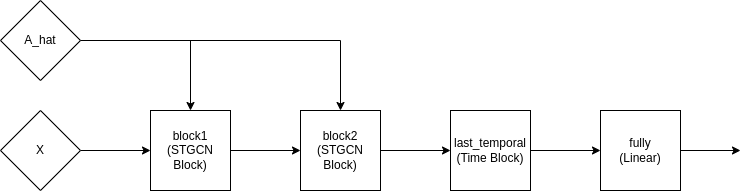
This is diagrams/stgcn.png from oscarcrowley1/thesis, a draw.io export, as it was before one commit. Source tidied: cells renumbered, new cells last; positions are measured from the earlier drawing's top-left corner, leaving out a move shared by most shapes. Source of this version:
```xml
<mxGraphModel>
  <root>
    <mxCell id="0" />
    <mxCell id="1" parent="0" />
    <mxCell id="2" style="edgeStyle=orthogonalEdgeStyle;rounded=0;jettySize=auto;html=1;exitX=1;exitY=0.5;exitDx=0;exitDy=0;entryX=0;entryY=0.5;entryDx=0;entryDy=0;" parent="1" edge="1" source="3" target="7">
      <mxGeometry relative="1" as="geometry" />
    </mxCell>
    <mxCell id="3" value="block1&lt;br&gt;(STGCN Block)" style="whiteSpace=wrap;html=1;" parent="1" vertex="1">
      <mxGeometry x="150" y="110" width="80" height="80" as="geometry" />
    </mxCell>
    <mxCell id="4" style="edgeStyle=orthogonalEdgeStyle;rounded=0;jettySize=auto;html=1;exitX=1;exitY=0.5;exitDx=0;exitDy=0;entryX=0;entryY=0.5;entryDx=0;entryDy=0;" parent="1" edge="1" source="5" target="9">
      <mxGeometry relative="1" as="geometry" />
    </mxCell>
    <mxCell id="5" value="last_temporal&lt;br&gt;(Time Block)" style="whiteSpace=wrap;html=1;" parent="1" vertex="1">
      <mxGeometry x="450" y="110" width="80" height="80" as="geometry" />
    </mxCell>
    <mxCell id="6" style="edgeStyle=orthogonalEdgeStyle;rounded=0;jettySize=auto;html=1;exitX=1;exitY=0.5;exitDx=0;exitDy=0;entryX=0;entryY=0.5;entryDx=0;entryDy=0;" parent="1" edge="1" source="7" target="5">
      <mxGeometry relative="1" as="geometry" />
    </mxCell>
    <mxCell id="7" value="block2&lt;br&gt;(STGCN Block)" style="whiteSpace=wrap;html=1;" parent="1" vertex="1">
      <mxGeometry x="300" y="110" width="80" height="80" as="geometry" />
    </mxCell>
    <mxCell id="8" style="edgeStyle=orthogonalEdgeStyle;rounded=0;jettySize=auto;html=1;exitX=1;exitY=0.5;exitDx=0;exitDy=0;" parent="1" edge="1" source="9">
      <mxGeometry relative="1" as="geometry">
        <mxPoint x="740" y="150" as="targetPoint" />
      </mxGeometry>
    </mxCell>
    <mxCell id="9" value="fully&lt;br&gt;(Linear)" style="whiteSpace=wrap;html=1;" parent="1" vertex="1">
      <mxGeometry x="600" y="110" width="80" height="80" as="geometry" />
    </mxCell>
    <mxCell id="10" style="edgeStyle=orthogonalEdgeStyle;rounded=0;jettySize=auto;html=1;exitX=1;exitY=0.5;exitDx=0;exitDy=0;entryX=0.5;entryY=0;entryDx=0;entryDy=0;" parent="1" edge="1" source="12" target="3">
      <mxGeometry relative="1" as="geometry" />
    </mxCell>
    <mxCell id="11" style="edgeStyle=orthogonalEdgeStyle;rounded=0;jettySize=auto;html=1;exitX=1;exitY=0.5;exitDx=0;exitDy=0;entryX=0.5;entryY=0;entryDx=0;entryDy=0;" parent="1" edge="1" source="12" target="7">
      <mxGeometry relative="1" as="geometry" />
    </mxCell>
    <mxCell id="12" value="A_hat" style="rhombus;whiteSpace=wrap;html=1;" parent="1" vertex="1">
      <mxGeometry width="80" height="80" as="geometry" />
    </mxCell>
    <mxCell id="13" style="edgeStyle=orthogonalEdgeStyle;rounded=0;jettySize=auto;html=1;exitX=1;exitY=0.5;exitDx=0;exitDy=0;entryX=0;entryY=0.5;entryDx=0;entryDy=0;" parent="1" edge="1" source="14" target="3">
      <mxGeometry relative="1" as="geometry" />
    </mxCell>
    <mxCell id="14" value="X" style="rhombus;whiteSpace=wrap;html=1;" parent="1" vertex="1">
      <mxGeometry y="110" width="80" height="80" as="geometry" />
    </mxCell>
  </root>
</mxGraphModel>
```
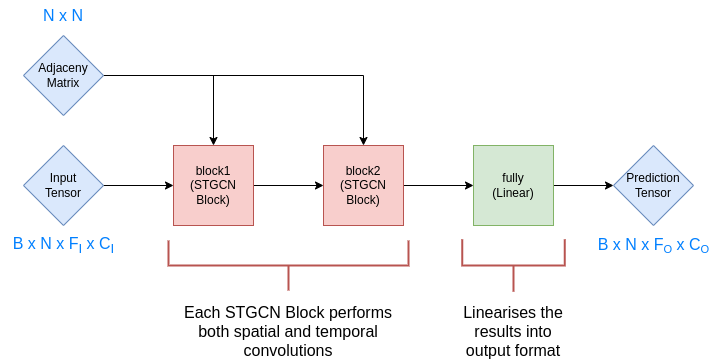
After the change.

What changed in the source:
```diff
@@ -5,28 +5,24 @@
     <mxCell id="2" style="edgeStyle=orthogonalEdgeStyle;rounded=0;jettySize=auto;html=1;exitX=1;exitY=0.5;exitDx=0;exitDy=0;entryX=0;entryY=0.5;entryDx=0;entryDy=0;" parent="1" edge="1" source="3" target="7">
       <mxGeometry relative="1" as="geometry" />
     </mxCell>
-    <mxCell id="3" value="block1&lt;br&gt;(STGCN Block)" style="whiteSpace=wrap;html=1;" parent="1" vertex="1">
+    <mxCell id="3" value="block1&lt;br&gt;(STGCN Block)" style="whiteSpace=wrap;html=1;fillColor=#f8cecc;strokeColor=#b85450;" parent="1" vertex="1">
       <mxGeometry x="150" y="110" width="80" height="80" as="geometry" />
     </mxCell>
-    <mxCell id="4" style="edgeStyle=orthogonalEdgeStyle;rounded=0;jettySize=auto;html=1;exitX=1;exitY=0.5;exitDx=0;exitDy=0;entryX=0;entryY=0.5;entryDx=0;entryDy=0;" parent="1" edge="1" source="5" target="9">
-      <mxGeometry relative="1" as="geometry" />
-    </mxCell>
-    <mxCell id="5" value="last_temporal&lt;br&gt;(Time Block)" style="whiteSpace=wrap;html=1;" parent="1" vertex="1">
-      <mxGeometry x="450" y="110" width="80" height="80" as="geometry" />
-    </mxCell>
-    <mxCell id="6" style="edgeStyle=orthogonalEdgeStyle;rounded=0;jettySize=auto;html=1;exitX=1;exitY=0.5;exitDx=0;exitDy=0;entryX=0;entryY=0.5;entryDx=0;entryDy=0;" parent="1" edge="1" source="7" target="5">
-      <mxGeometry relative="1" as="geometry" />
+    <mxCell id="6" style="edgeStyle=orthogonalEdgeStyle;rounded=0;jettySize=auto;html=1;exitX=1;exitY=0.5;exitDx=0;exitDy=0;entryX=0;entryY=0.5;entryDx=0;entryDy=0;" parent="1" edge="1" source="7">
+      <mxGeometry relative="1" as="geometry">
+        <mxPoint x="450" y="150" as="targetPoint" />
+      </mxGeometry>
     </mxCell>
-    <mxCell id="7" value="block2&lt;br&gt;(STGCN Block)" style="whiteSpace=wrap;html=1;" parent="1" vertex="1">
+    <mxCell id="7" value="block2&lt;br&gt;(STGCN Block)" style="whiteSpace=wrap;html=1;fillColor=#f8cecc;strokeColor=#b85450;" parent="1" vertex="1">
       <mxGeometry x="300" y="110" width="80" height="80" as="geometry" />
     </mxCell>
     <mxCell id="8" style="edgeStyle=orthogonalEdgeStyle;rounded=0;jettySize=auto;html=1;exitX=1;exitY=0.5;exitDx=0;exitDy=0;" parent="1" edge="1" source="9">
       <mxGeometry relative="1" as="geometry">
-        <mxPoint x="740" y="150" as="targetPoint" />
+        <mxPoint x="590" y="150" as="targetPoint" />
       </mxGeometry>
     </mxCell>
-    <mxCell id="9" value="fully&lt;br&gt;(Linear)" style="whiteSpace=wrap;html=1;" parent="1" vertex="1">
-      <mxGeometry x="600" y="110" width="80" height="80" as="geometry" />
+    <mxCell id="9" value="fully&lt;br&gt;(Linear)" style="whiteSpace=wrap;html=1;fillColor=#d5e8d4;strokeColor=#82b366;" parent="1" vertex="1">
+      <mxGeometry x="450" y="110" width="80" height="80" as="geometry" />
     </mxCell>
     <mxCell id="10" style="edgeStyle=orthogonalEdgeStyle;rounded=0;jettySize=auto;html=1;exitX=1;exitY=0.5;exitDx=0;exitDy=0;entryX=0.5;entryY=0;entryDx=0;entryDy=0;" parent="1" edge="1" source="12" target="3">
       <mxGeometry relative="1" as="geometry" />
@@ -34,14 +30,38 @@
     <mxCell id="11" style="edgeStyle=orthogonalEdgeStyle;rounded=0;jettySize=auto;html=1;exitX=1;exitY=0.5;exitDx=0;exitDy=0;entryX=0.5;entryY=0;entryDx=0;entryDy=0;" parent="1" edge="1" source="12" target="7">
       <mxGeometry relative="1" as="geometry" />
     </mxCell>
-    <mxCell id="12" value="A_hat" style="rhombus;whiteSpace=wrap;html=1;" parent="1" vertex="1">
+    <mxCell id="12" value="Adjaceny&lt;br&gt;Matrix" style="rhombus;whiteSpace=wrap;html=1;fillColor=#dae8fc;strokeColor=#6c8ebf;" parent="1" vertex="1">
       <mxGeometry width="80" height="80" as="geometry" />
     </mxCell>
     <mxCell id="13" style="edgeStyle=orthogonalEdgeStyle;rounded=0;jettySize=auto;html=1;exitX=1;exitY=0.5;exitDx=0;exitDy=0;entryX=0;entryY=0.5;entryDx=0;entryDy=0;" parent="1" edge="1" source="14" target="3">
       <mxGeometry relative="1" as="geometry" />
     </mxCell>
-    <mxCell id="14" value="X" style="rhombus;whiteSpace=wrap;html=1;" parent="1" vertex="1">
+    <mxCell id="14" value="Input&lt;br&gt;Tensor" style="rhombus;whiteSpace=wrap;html=1;fillColor=#dae8fc;strokeColor=#6c8ebf;" parent="1" vertex="1">
       <mxGeometry y="110" width="80" height="80" as="geometry" />
     </mxCell>
+    <mxCell id="15" value="Prediction&lt;br&gt;Tensor" style="rhombus;whiteSpace=wrap;html=1;fillColor=#dae8fc;strokeColor=#6c8ebf;" parent="1" vertex="1">
+      <mxGeometry x="590" y="110" width="80" height="80" as="geometry" />
+    </mxCell>
+    <mxCell id="16" style="strokeWidth=2;html=1;shape=mxgraph.flowchart.annotation_2;align=left;labelPosition=right;rotation=-90;fillColor=#f8cecc;strokeColor=#b85450;" parent="1" vertex="1">
+      <mxGeometry x="240" y="110" width="50" height="240" as="geometry" />
+    </mxCell>
+    <mxCell id="17" value="&lt;font style=&quot;font-size: 16px&quot;&gt;Each STGCN Block performs both spatial and temporal convolutions&lt;/font&gt;" style="text;html=1;strokeColor=none;fillColor=none;align=center;verticalAlign=middle;whiteSpace=wrap;rounded=0;" parent="1" vertex="1">
+      <mxGeometry x="145" y="281.2" width="240" height="30" as="geometry" />
+    </mxCell>
+    <mxCell id="18" style="strokeWidth=2;html=1;shape=mxgraph.flowchart.annotation_2;align=left;labelPosition=right;rotation=-90;fillColor=#f8cecc;strokeColor=#b85450;" parent="1" vertex="1">
+      <mxGeometry x="463.8" y="178.8" width="52.5" height="102.5" as="geometry" />
+    </mxCell>
+    <mxCell id="19" value="&lt;font style=&quot;font-size: 16px&quot;&gt;Linearises the results into output format&lt;/font&gt;" style="text;html=1;strokeColor=none;fillColor=none;align=center;verticalAlign=middle;whiteSpace=wrap;rounded=0;" parent="1" vertex="1">
+      <mxGeometry x="430" y="281.2" width="120" height="30" as="geometry" />
+    </mxCell>
+    <mxCell id="20" value="&lt;font color=&quot;#007fff&quot;&gt;N x N&lt;br&gt;&lt;/font&gt;" style="text;html=1;strokeColor=none;fillColor=none;align=center;verticalAlign=middle;whiteSpace=wrap;rounded=0;fontSize=16;" parent="1" vertex="1">
+      <mxGeometry x="10" y="-35" width="60" height="30" as="geometry" />
+    </mxCell>
+    <mxCell id="21" value="&lt;font color=&quot;#007fff&quot;&gt;B x N x F&lt;sub&gt;I&lt;/sub&gt; x C&lt;sub&gt;I&lt;/sub&gt;&lt;br&gt;&lt;/font&gt;" style="text;html=1;strokeColor=none;fillColor=none;align=center;verticalAlign=middle;whiteSpace=wrap;rounded=0;fontSize=16;" parent="1" vertex="1">
+      <mxGeometry x="-22.5" y="195" width="125" height="30" as="geometry" />
+    </mxCell>
+    <mxCell id="22" value="&lt;font color=&quot;#007fff&quot;&gt;B x N x F&lt;span style=&quot;font-size: 13.3333px&quot;&gt;&lt;sub&gt;O&lt;/sub&gt;&lt;/span&gt;&amp;nbsp;x C&lt;span style=&quot;font-size: 13.3333px&quot;&gt;&lt;sub&gt;O&lt;/sub&gt;&lt;/span&gt;&lt;br&gt;&lt;/font&gt;" style="text;html=1;strokeColor=none;fillColor=none;align=center;verticalAlign=middle;whiteSpace=wrap;rounded=0;fontSize=16;" parent="1" vertex="1">
+      <mxGeometry x="567.5" y="195" width="125" height="30" as="geometry" />
+    </mxCell>
   </root>
 </mxGraphModel>
```
